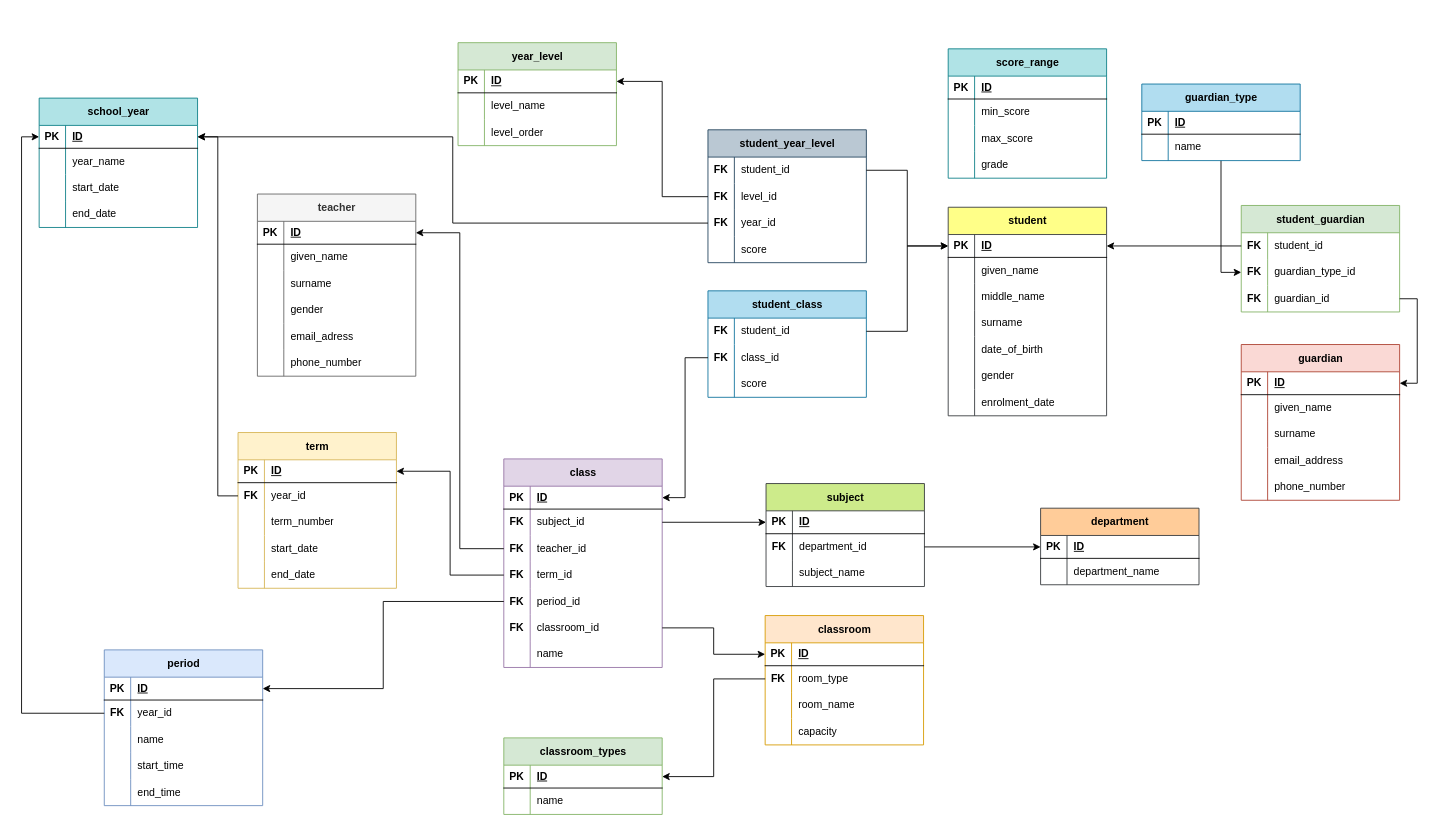
This is page "Modelo de Dados Gestão Escolar" (3 of 4) of moz_school.drawio from ManuelCarreiras/moz_sch, a draw.io file, before an edit. Source tidied: cells renumbered, new cells numbered last; positions are measured from the earlier drawing's top-left corner, leaving out a move shared by most shapes. Both pictures are drawn from the tidied source at 88%, with x=0, y=0 at pixel (39, 42).
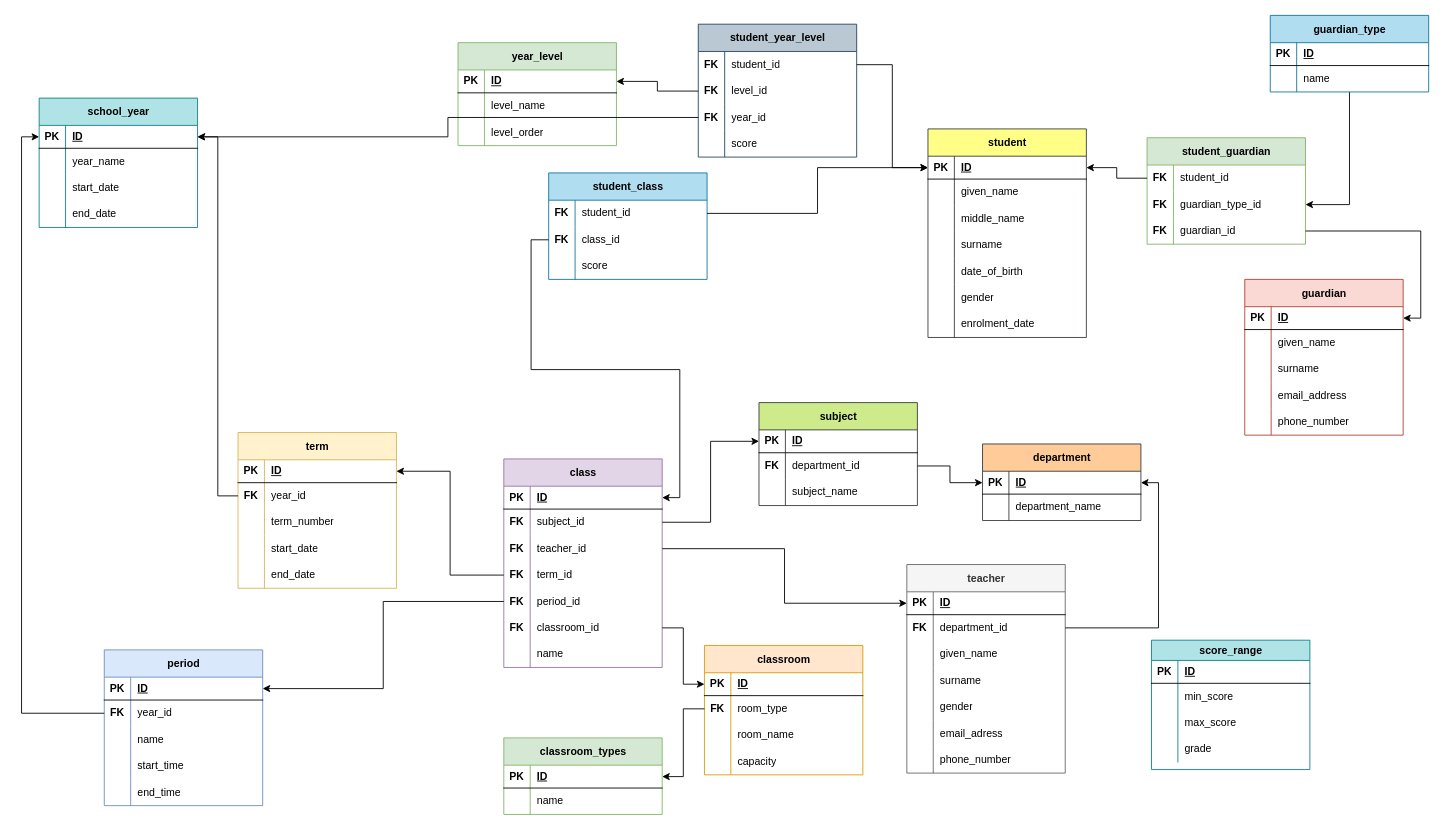
After the change.

Unchanged cells that the change refers to:
```xml
<mxCell id="9" style="shape=tableRow;horizontal=0;startSize=0;swimlaneHead=0;swimlaneBody=0;fillColor=none;points=[[0,0.5],[1,0.5]];portConstraint=eastwest;top=0;left=0;right=0;bottom=0;" parent="2" vertex="1">
  <mxGeometry y="87" width="180" height="30" as="geometry" />
</mxCell>
<mxCell id="82" style="shape=tableRow;horizontal=0;startSize=0;swimlaneHead=0;swimlaneBody=0;fillColor=none;points=[[0,0.5],[1,0.5]];portConstraint=eastwest;top=0;left=0;right=0;bottom=1;" parent="81" vertex="1">
  <mxGeometry y="31" width="180" height="26" as="geometry" />
</mxCell>
<mxCell id="188" style="shape=tableRow;horizontal=0;startSize=0;swimlaneHead=0;swimlaneBody=0;fillColor=none;points=[[0,0.5],[1,0.5]];portConstraint=eastwest;top=0;left=0;right=0;bottom=1;" parent="187" vertex="1">
  <mxGeometry y="31" width="180" height="26" as="geometry" />
</mxCell>
```

Change to the diagram source:
```diff
@@
     <mxCell id="48" value="classroom" style="shape=table;startSize=31;childLayout=tableLayout;rowLines=0;fontStyle=1;align=center;html=1;fillColor=#ffe6cc;strokeColor=#d79b00;" parent="1" vertex="1">
-      <mxGeometry x="825" y="651" width="180" height="147" as="geometry" />
+      <mxGeometry x="756" y="685" width="180" height="147" as="geometry" />
     </mxCell>
@@
     <mxCell id="81" value="teacher" style="shape=table;startSize=31;childLayout=tableLayout;rowLines=0;fontStyle=1;align=center;html=1;fillColor=#f5f5f5;strokeColor=#666666;fontColor=#333333;" parent="1" vertex="1">
-      <mxGeometry x="248" y="172" width="180" height="207" as="geometry" />
+      <mxGeometry x="986" y="593" width="180" height="237" as="geometry" />
     </mxCell>
@@
+    <mxCell id="244" style="shape=tableRow;horizontal=0;startSize=0;swimlaneHead=0;swimlaneBody=0;fillColor=none;points=[[0,0.5],[1,0.5]];portConstraint=eastwest;top=0;left=0;right=0;bottom=0;" parent="81" vertex="1">
+      <mxGeometry y="57" width="180" height="30" as="geometry" />
+    </mxCell>
+    <mxCell id="245" value="&lt;b&gt;FK&lt;/b&gt;" style="shape=partialRectangle;fillColor=none;top=0;left=0;bottom=0;right=0;overflow=hidden;whiteSpace=wrap;html=1;" parent="244" vertex="1">
+      <mxGeometry width="30" height="30" as="geometry" />
+    </mxCell>
+    <mxCell id="246" value="department_id" style="shape=partialRectangle;fillColor=none;top=0;left=0;bottom=0;right=0;align=left;spacingLeft=6;overflow=hidden;whiteSpace=wrap;html=1;" parent="244" vertex="1">
+      <mxGeometry x="30" width="150" height="30" as="geometry" />
+    </mxCell>
     <mxCell id="85" style="shape=tableRow;horizontal=0;startSize=0;swimlaneHead=0;swimlaneBody=0;fillColor=none;top=0;left=0;right=0;bottom=0;" parent="81" vertex="1">
-      <mxGeometry y="57" width="180" height="30" as="geometry" />
+      <mxGeometry y="87" width="180" height="30" as="geometry" />
     </mxCell>
@@
     <mxCell id="88" style="shape=tableRow;horizontal=0;startSize=0;swimlaneHead=0;swimlaneBody=0;fillColor=none;top=0;left=0;right=0;bottom=0;" parent="81" vertex="1">
-      <mxGeometry y="87" width="180" height="30" as="geometry" />
+      <mxGeometry y="117" width="180" height="30" as="geometry" />
     </mxCell>
@@
     <mxCell id="91" style="shape=tableRow;horizontal=0;startSize=0;swimlaneHead=0;swimlaneBody=0;fillColor=none;top=0;left=0;right=0;bottom=0;" parent="81" vertex="1">
-      <mxGeometry y="117" width="180" height="30" as="geometry" />
+      <mxGeometry y="147" width="180" height="30" as="geometry" />
     </mxCell>
@@
     <mxCell id="94" style="shape=tableRow;horizontal=0;startSize=0;swimlaneHead=0;swimlaneBody=0;fillColor=none;top=0;left=0;right=0;bottom=0;" parent="81" vertex="1">
-      <mxGeometry y="147" width="180" height="30" as="geometry" />
+      <mxGeometry y="177" width="180" height="30" as="geometry" />
     </mxCell>
@@
     <mxCell id="97" style="shape=tableRow;horizontal=0;startSize=0;swimlaneHead=0;swimlaneBody=0;fillColor=none;top=0;left=0;right=0;bottom=0;" parent="81" vertex="1">
-      <mxGeometry y="177" width="180" height="30" as="geometry" />
+      <mxGeometry y="207" width="180" height="30" as="geometry" />
     </mxCell>
@@
-    <mxCell id="100" style="edgeStyle=orthogonalEdgeStyle;rounded=0;jettySize=auto;html=1;exitX=0;exitY=0.5;exitDx=0;exitDy=0;" parent="1" edge="1" source="9" target="82">
-      <mxGeometry relative="1" as="geometry" />
-    </mxCell>
@@
     <mxCell id="126" value="student_year_level" style="shape=table;startSize=31;childLayout=tableLayout;rowLines=0;fontStyle=1;align=center;html=1;fillColor=#bac8d3;strokeColor=#23445d;" parent="1" vertex="1">
-      <mxGeometry x="760" y="99" width="180" height="151" as="geometry" />
+      <mxGeometry x="749" y="-21" width="180" height="151" as="geometry" />
     </mxCell>
@@
     <mxCell id="141" value="student_class" style="shape=table;startSize=31;childLayout=tableLayout;rowLines=0;fontStyle=1;align=center;html=1;fillColor=#b1ddf0;strokeColor=#10739e;" parent="1" vertex="1">
-      <mxGeometry x="760" y="282" width="180" height="121" as="geometry" />
+      <mxGeometry x="579" y="148" width="180" height="121" as="geometry" />
     </mxCell>
@@
     <mxCell id="152" value="student" style="shape=table;startSize=31;childLayout=tableLayout;rowLines=0;fontStyle=1;align=center;html=1;fillColor=#ffff88;strokeColor=#36393d;" parent="1" vertex="1">
-      <mxGeometry x="1033" y="187" width="180" height="237" as="geometry" />
+      <mxGeometry x="1010" y="98" width="180" height="237" as="geometry" />
     </mxCell>
@@
     <mxCell id="176" value="subject" style="shape=table;startSize=31;childLayout=tableLayout;rowLines=0;fontStyle=1;align=center;html=1;fillColor=#cdeb8b;strokeColor=#36393d;" parent="1" vertex="1">
-      <mxGeometry x="826" y="501" width="180" height="117" as="geometry" />
+      <mxGeometry x="818" y="409" width="180" height="117" as="geometry" />
     </mxCell>
@@
     <mxCell id="187" value="department" style="shape=table;startSize=31;childLayout=tableLayout;rowLines=0;fontStyle=1;align=center;html=1;fillColor=#ffcc99;strokeColor=#36393d;" parent="1" vertex="1">
-      <mxGeometry x="1138" y="529" width="180" height="87" as="geometry" />
+      <mxGeometry x="1072" y="456" width="180" height="87" as="geometry" />
     </mxCell>
@@
     <mxCell id="195" value="guardian" style="shape=table;startSize=31;childLayout=tableLayout;rowLines=0;fontStyle=1;align=center;html=1;fillColor=#fad9d5;strokeColor=#ae4132;" parent="1" vertex="1">
-      <mxGeometry x="1366" y="343" width="180" height="177" as="geometry" />
+      <mxGeometry x="1370" y="269" width="180" height="177" as="geometry" />
     </mxCell>
@@
     <mxCell id="211" value="student_guardian" style="shape=table;startSize=31;childLayout=tableLayout;rowLines=0;fontStyle=1;align=center;html=1;fillColor=#d5e8d4;strokeColor=#82b366;" parent="1" vertex="1">
-      <mxGeometry x="1366" y="185" width="180" height="121" as="geometry" />
+      <mxGeometry x="1259" y="108" width="180" height="121" as="geometry" />
     </mxCell>
@@
     <mxCell id="224" value="guardian_type" style="shape=table;startSize=31;childLayout=tableLayout;rowLines=0;fontStyle=1;align=center;html=1;fillColor=#b1ddf0;strokeColor=#10739e;" parent="1" vertex="1">
-      <mxGeometry x="1253" y="47" width="180" height="87" as="geometry" />
+      <mxGeometry x="1399" y="-31" width="180" height="87" as="geometry" />
     </mxCell>
@@
-    <mxCell id="231" value="score_range" style="shape=table;startSize=31;childLayout=tableLayout;rowLines=0;fontStyle=1;align=center;html=1;fillColor=#b0e3e6;strokeColor=#0e8088;" parent="1" vertex="1">
-      <mxGeometry x="1033" y="7" width="180" height="147" as="geometry" />
+    <mxCell id="231" value="score_range" style="shape=table;startSize=23;childLayout=tableLayout;rowLines=0;fontStyle=1;align=center;html=1;fillColor=#b0e3e6;strokeColor=#0e8088;" parent="1" vertex="1">
+      <mxGeometry x="1264" y="679" width="180" height="147" as="geometry" />
     </mxCell>
     <mxCell id="232" style="shape=tableRow;horizontal=0;startSize=0;swimlaneHead=0;swimlaneBody=0;fillColor=none;top=0;left=0;right=0;bottom=1;" parent="231" vertex="1">
-      <mxGeometry y="31" width="180" height="26" as="geometry" />
+      <mxGeometry y="23" width="180" height="26" as="geometry" />
     </mxCell>
@@
     <mxCell id="235" style="shape=tableRow;horizontal=0;startSize=0;swimlaneHead=0;swimlaneBody=0;fillColor=none;top=0;left=0;right=0;bottom=0;" parent="231" vertex="1">
-      <mxGeometry y="57" width="180" height="30" as="geometry" />
+      <mxGeometry y="49" width="180" height="30" as="geometry" />
     </mxCell>
@@
     <mxCell id="238" style="shape=tableRow;horizontal=0;startSize=0;swimlaneHead=0;swimlaneBody=0;fillColor=none;top=0;left=0;right=0;bottom=0;" parent="231" vertex="1">
-      <mxGeometry y="87" width="180" height="30" as="geometry" />
+      <mxGeometry y="79" width="180" height="30" as="geometry" />
     </mxCell>
@@
     <mxCell id="241" style="shape=tableRow;horizontal=0;startSize=0;swimlaneHead=0;swimlaneBody=0;fillColor=none;top=0;left=0;right=0;bottom=0;" parent="231" vertex="1">
-      <mxGeometry y="117" width="180" height="30" as="geometry" />
+      <mxGeometry y="109" width="180" height="30" as="geometry" />
     </mxCell>
@@
+    <mxCell id="100" style="edgeStyle=orthogonalEdgeStyle;rounded=0;jettySize=auto;html=1;entryX=0;entryY=0.5;entryDx=0;entryDy=0;" parent="1" edge="1" source="9" target="82">
+      <mxGeometry relative="1" as="geometry" />
+    </mxCell>
+    <mxCell id="247" style="edgeStyle=orthogonalEdgeStyle;rounded=0;jettySize=auto;html=1;entryX=1;entryY=0.5;entryDx=0;entryDy=0;" parent="1" edge="1" source="244" target="188">
+      <mxGeometry relative="1" as="geometry" />
+    </mxCell>
```
